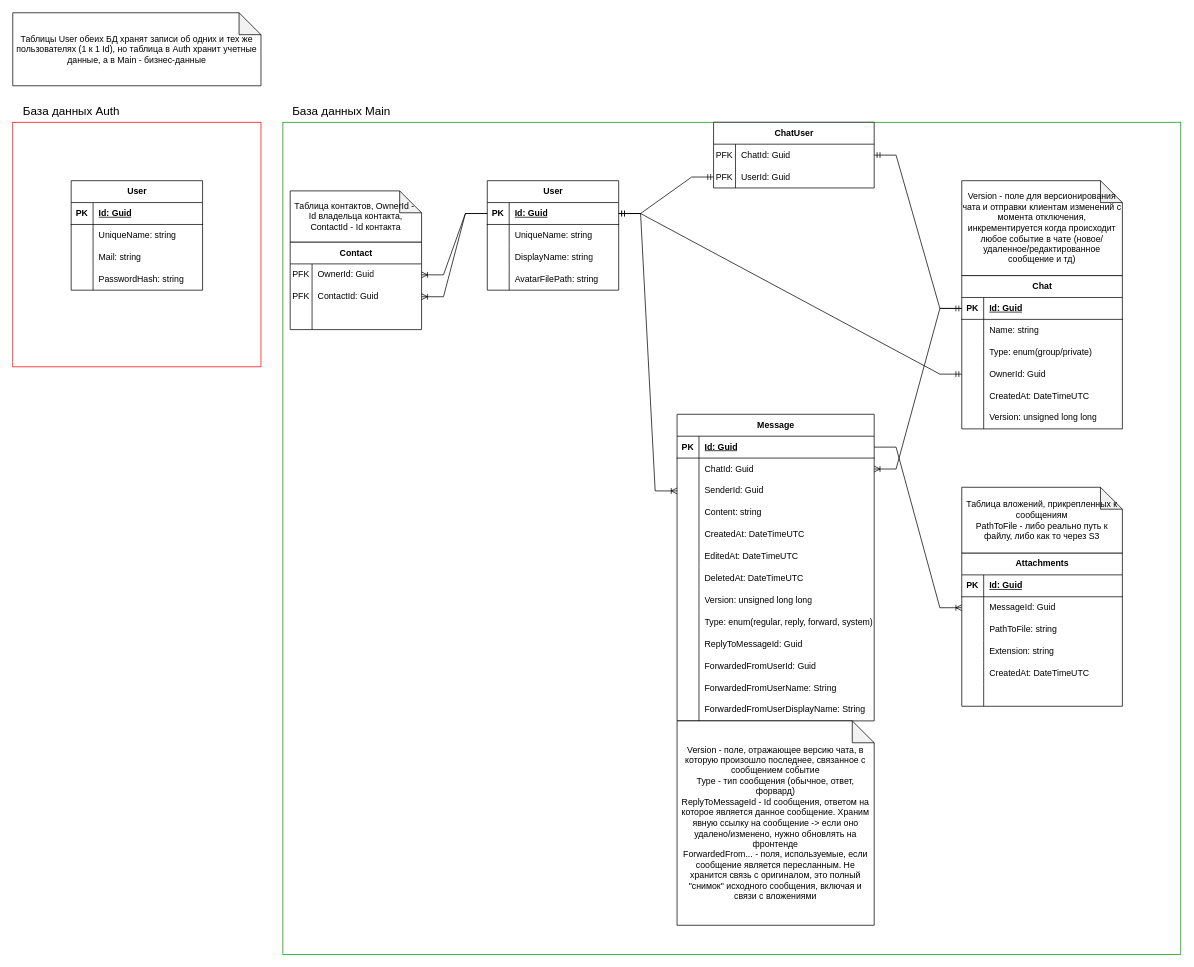
Above: docs/backend/DB.drawio in iuschnic/simple-messenger (draw.io), before the change. Source tidied: cells renumbered, new cells numbered last; positions are measured from the earlier drawing's top-left corner, leaving out a move shared by most shapes. Both pictures are drawn from the tidied source at 73%, with x=0, y=0 at pixel (12, 12).
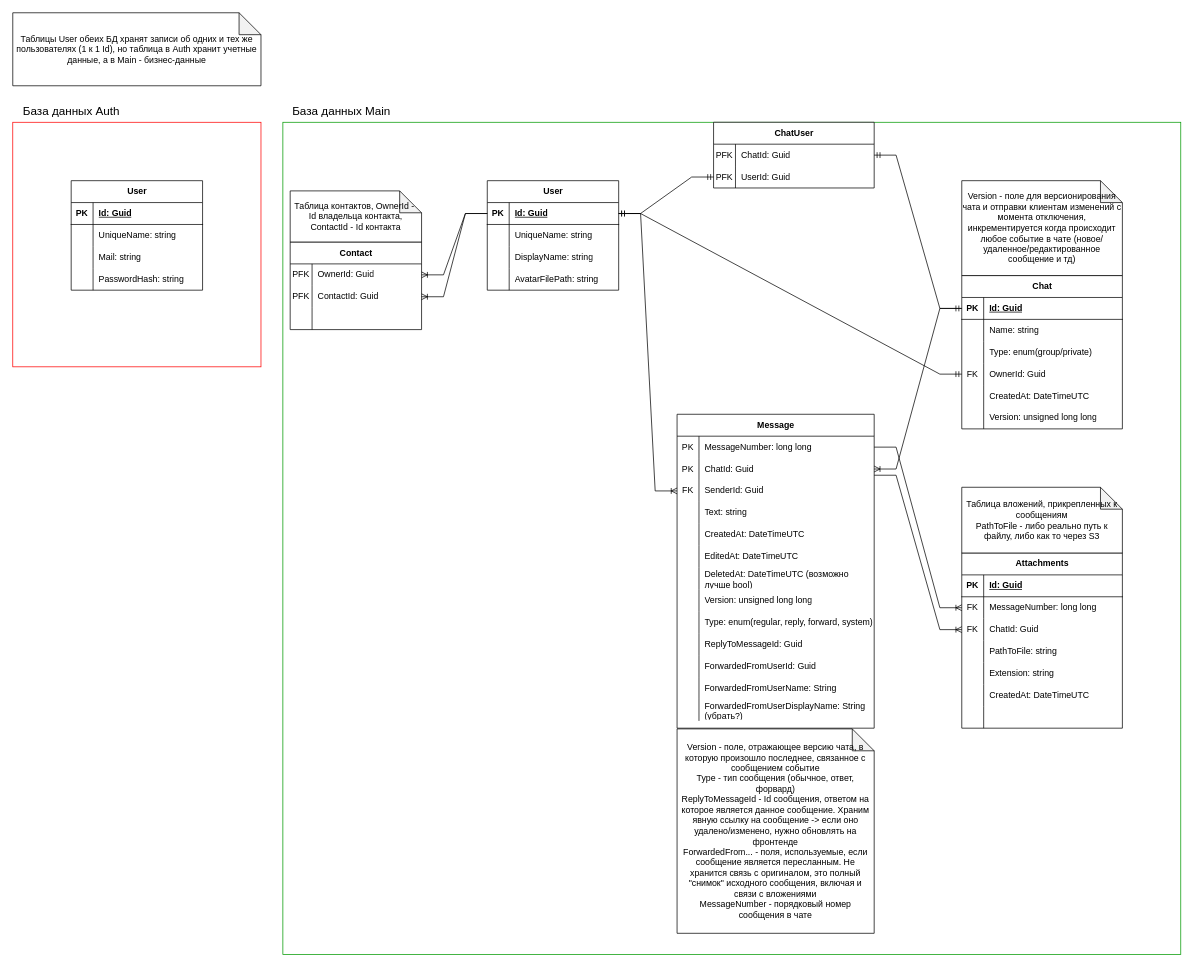
The same page after the edit.

Commit message (it also covers changes not shown here):
#1 изменил первичный ключ сообщения, теперь это ChatId + MessageNum

Unchanged cells that the change refers to:
```xml
<mxCell id="47" style="shape=tableRow;horizontal=0;startSize=0;swimlaneHead=0;swimlaneBody=0;fillColor=none;points=[[0,0.5],[1,0.5]];portConstraint=eastwest;top=0;left=0;right=0;bottom=1;" parent="46" vertex="1">
  <mxGeometry y="30" width="220" height="30" as="geometry" />
</mxCell>
<mxCell id="56" style="shape=tableRow;horizontal=0;startSize=0;swimlaneHead=0;swimlaneBody=0;fillColor=none;points=[[0,0.5],[1,0.5]];portConstraint=eastwest;top=0;left=0;right=0;bottom=0;" parent="46" vertex="1">
  <mxGeometry y="120" width="220" height="30" as="geometry" />
</mxCell>
<mxCell id="82" style="shape=tableRow;horizontal=0;startSize=0;swimlaneHead=0;swimlaneBody=0;fillColor=none;points=[[0,0.5],[1,0.5]];portConstraint=eastwest;top=0;left=0;right=0;bottom=0;" parent="75" vertex="1">
  <mxGeometry y="90" width="270" height="30" as="geometry" />
</mxCell>
<mxCell id="85" style="shape=tableRow;horizontal=0;startSize=0;swimlaneHead=0;swimlaneBody=0;fillColor=none;top=0;left=0;right=0;bottom=0;" parent="75" vertex="1">
  <mxGeometry y="120" width="270" height="30" as="geometry" />
</mxCell>
<mxCell id="94" style="shape=tableRow;horizontal=0;startSize=0;swimlaneHead=0;swimlaneBody=0;fillColor=none;top=0;left=0;right=0;bottom=0;" parent="75" vertex="1">
  <mxGeometry y="210" width="270" height="30" as="geometry" />
</mxCell>
<mxCell id="112" style="shape=tableRow;horizontal=0;startSize=0;swimlaneHead=0;swimlaneBody=0;fillColor=none;top=0;left=0;right=0;bottom=0;" parent="75" vertex="1">
  <mxGeometry y="390" width="270" height="30" as="geometry" />
</mxCell>
<mxCell id="123" style="shape=tableRow;horizontal=0;startSize=0;swimlaneHead=0;swimlaneBody=0;fillColor=none;points=[[0,0.5],[1,0.5]];portConstraint=eastwest;top=0;left=0;right=0;bottom=0;" parent="119" vertex="1">
  <mxGeometry y="60" width="220" height="30" as="geometry" />
</mxCell>
```

Change to the diagram source:
```diff
@@
-    <mxCell id="57" style="shape=partialRectangle;fillColor=none;top=0;left=0;bottom=0;right=0;overflow=hidden;whiteSpace=wrap;html=1;" parent="56" vertex="1">
+    <mxCell id="57" value="FK" style="shape=partialRectangle;fillColor=none;top=0;left=0;bottom=0;right=0;overflow=hidden;whiteSpace=wrap;html=1;" parent="56" vertex="1">
       <mxGeometry width="30" height="30" as="geometry" />
     </mxCell>
@@
     <mxCell id="75" value="Message" style="shape=table;startSize=30;childLayout=tableLayout;rowLines=0;fontStyle=1;align=center;html=1;" parent="1" vertex="1">
-      <mxGeometry x="910" y="550" width="270" height="420" as="geometry" />
+      <mxGeometry x="910" y="550" width="270" height="430" as="geometry" />
     </mxCell>
-    <mxCell id="76" style="shape=tableRow;horizontal=0;startSize=0;swimlaneHead=0;swimlaneBody=0;fillColor=none;points=[[0,0.5],[1,0.5]];portConstraint=eastwest;top=0;left=0;right=0;bottom=1;" parent="75" vertex="1">
-      <mxGeometry y="30" width="270" height="30" as="geometry" />
-    </mxCell>
-    <mxCell id="77" value="PK" style="shape=partialRectangle;fillColor=none;top=0;left=0;bottom=0;right=0;fontStyle=1;overflow=hidden;whiteSpace=wrap;html=1;" parent="76" vertex="1">
-      <mxGeometry width="30" height="30" as="geometry" />
-    </mxCell>
-    <mxCell id="78" value="Id: Guid" style="shape=partialRectangle;fillColor=none;top=0;left=0;bottom=0;right=0;align=left;spacingLeft=6;fontStyle=5;overflow=hidden;whiteSpace=wrap;html=1;" parent="76" vertex="1">
-      <mxGeometry x="30" width="240" height="30" as="geometry" />
-    </mxCell>
     <mxCell id="79" style="shape=tableRow;horizontal=0;startSize=0;swimlaneHead=0;swimlaneBody=0;fillColor=none;points=[[0,0.5],[1,0.5]];portConstraint=eastwest;top=0;left=0;right=0;bottom=0;" parent="75" vertex="1">
-      <mxGeometry y="60" width="270" height="30" as="geometry" />
+      <mxGeometry y="30" width="270" height="30" as="geometry" />
     </mxCell>
-    <mxCell id="80" style="shape=partialRectangle;fillColor=none;top=0;left=0;bottom=0;right=0;overflow=hidden;whiteSpace=wrap;html=1;" parent="79" vertex="1">
+    <mxCell id="80" value="PK" style="shape=partialRectangle;fillColor=none;top=0;left=0;bottom=0;right=0;overflow=hidden;whiteSpace=wrap;html=1;" parent="79" vertex="1">
       <mxGeometry width="30" height="30" as="geometry" />
     </mxCell>
-    <mxCell id="81" value="ChatId: Guid" style="shape=partialRectangle;fillColor=none;top=0;left=0;bottom=0;right=0;align=left;spacingLeft=6;overflow=hidden;whiteSpace=wrap;html=1;" parent="79" vertex="1">
+    <mxCell id="81" value="MessageNumber: long long" style="shape=partialRectangle;fillColor=none;top=0;left=0;bottom=0;right=0;align=left;spacingLeft=6;overflow=hidden;whiteSpace=wrap;html=1;" parent="79" vertex="1">
       <mxGeometry x="30" width="240" height="30" as="geometry" />
     </mxCell>
+    <mxCell id="140" style="shape=tableRow;horizontal=0;startSize=0;swimlaneHead=0;swimlaneBody=0;fillColor=none;points=[[0,0.5],[1,0.5]];portConstraint=eastwest;top=0;left=0;right=0;bottom=0;" parent="75" vertex="1">
+      <mxGeometry y="60" width="270" height="30" as="geometry" />
+    </mxCell>
+    <mxCell id="77" value="PK" style="shape=partialRectangle;fillColor=none;top=0;left=0;bottom=0;right=0;overflow=hidden;whiteSpace=wrap;html=1;" parent="140" vertex="1">
+      <mxGeometry width="30" height="30" as="geometry" />
+    </mxCell>
+    <mxCell id="141" value="ChatId: Guid" style="shape=partialRectangle;fillColor=none;top=0;left=0;bottom=0;right=0;align=left;spacingLeft=6;overflow=hidden;whiteSpace=wrap;html=1;" parent="140" vertex="1">
+      <mxGeometry x="30" width="240" height="30" as="geometry" />
+    </mxCell>
@@
-    <mxCell id="83" style="shape=partialRectangle;fillColor=none;top=0;left=0;bottom=0;right=0;overflow=hidden;whiteSpace=wrap;html=1;" parent="82" vertex="1">
+    <mxCell id="83" value="FK" style="shape=partialRectangle;fillColor=none;top=0;left=0;bottom=0;right=0;overflow=hidden;whiteSpace=wrap;html=1;" parent="82" vertex="1">
       <mxGeometry width="30" height="30" as="geometry" />
     </mxCell>
@@
-    <mxCell id="87" value="Content: string" style="shape=partialRectangle;fillColor=none;top=0;left=0;bottom=0;right=0;align=left;spacingLeft=6;overflow=hidden;whiteSpace=wrap;html=1;" parent="85" vertex="1">
+    <mxCell id="87" value="Text: string" style="shape=partialRectangle;fillColor=none;top=0;left=0;bottom=0;right=0;align=left;spacingLeft=6;overflow=hidden;whiteSpace=wrap;html=1;" parent="85" vertex="1">
       <mxGeometry x="30" width="240" height="30" as="geometry" />
     </mxCell>
@@
-    <mxCell id="96" value="DeletedAt: DateTimeUTC" style="shape=partialRectangle;fillColor=none;top=0;left=0;bottom=0;right=0;align=left;spacingLeft=6;overflow=hidden;whiteSpace=wrap;html=1;" parent="94" vertex="1">
+    <mxCell id="96" value="DeletedAt: DateTimeUTC (возможно лучше bool)" style="shape=partialRectangle;fillColor=none;top=0;left=0;bottom=0;right=0;align=left;spacingLeft=6;overflow=hidden;whiteSpace=wrap;html=1;" parent="94" vertex="1">
       <mxGeometry x="30" width="240" height="30" as="geometry" />
     </mxCell>
@@
-    <mxCell id="114" value="ForwardedFromUserDisplayName: String" style="shape=partialRectangle;fillColor=none;top=0;left=0;bottom=0;right=0;align=left;spacingLeft=6;overflow=hidden;whiteSpace=wrap;html=1;" parent="112" vertex="1">
+    <mxCell id="114" value="ForwardedFromUserDisplayName: String (убрать?)" style="shape=partialRectangle;fillColor=none;top=0;left=0;bottom=0;right=0;align=left;spacingLeft=6;overflow=hidden;whiteSpace=wrap;html=1;" parent="112" vertex="1">
       <mxGeometry x="30" width="240" height="30" as="geometry" />
     </mxCell>
@@
-    <mxCell id="116" value="Version - поле, отражающее версию чата, в которую произошло последнее, связанное с сообщением событие&lt;div&gt;Type - тип сообщения (обычное, ответ, форвард)&lt;br&gt;&lt;div&gt;ReplyToMessageId - Id сообщения, ответом на которое является данное сообщение. Храним явную ссылку на сообщение -&amp;gt; если оно удалено/изменено, нужно обновлять на фронтенде&lt;/div&gt;&lt;/div&gt;&lt;div&gt;ForwardedFrom... - поля, используемые, если сообщение является пересланным. Не хранится связь с оригиналом, это полный &quot;снимок&quot; исходного сообщения, включая и связи с вложениями&lt;/div&gt;" style="shape=note;whiteSpace=wrap;html=1;backgroundOutline=1;darkOpacity=0.05;" parent="1" vertex="1">
-      <mxGeometry x="910" y="970" width="270" height="280" as="geometry" />
+    <mxCell id="116" value="Version - поле, отражающее версию чата, в которую произошло последнее, связанное с сообщением событие&lt;div&gt;Type - тип сообщения (обычное, ответ, форвард)&lt;br&gt;&lt;div&gt;ReplyToMessageId - Id сообщения, ответом на которое является данное сообщение. Храним явную ссылку на сообщение -&amp;gt; если оно удалено/изменено, нужно обновлять на фронтенде&lt;/div&gt;&lt;/div&gt;&lt;div&gt;ForwardedFrom... - поля, используемые, если сообщение является пересланным. Не хранится связь с оригиналом, это полный &quot;снимок&quot; исходного сообщения, включая и связи с вложениями&lt;/div&gt;&lt;div&gt;MessageNumber - порядковый номер сообщения в чате&lt;/div&gt;" style="shape=note;whiteSpace=wrap;html=1;backgroundOutline=1;darkOpacity=0.05;" parent="1" vertex="1">
+      <mxGeometry x="910" y="981" width="270" height="280" as="geometry" />
     </mxCell>
-    <mxCell id="117" style="edgeStyle=entityRelationEdgeStyle;fontSize=12;html=1;endArrow=ERoneToMany;rounded=0;entryX=1;entryY=0.5;entryDx=0;entryDy=0;" parent="1" edge="1" source="47" target="79">
+    <mxCell id="117" style="edgeStyle=entityRelationEdgeStyle;fontSize=12;html=1;endArrow=ERoneToMany;rounded=0;entryX=1;entryY=0.5;entryDx=0;entryDy=0;" parent="1" edge="1" source="47" target="140">
       <mxGeometry relative="1" as="geometry" />
     </mxCell>
@@
     <mxCell id="119" value="Attachments" style="shape=table;startSize=30;childLayout=tableLayout;rowLines=0;fontStyle=1;align=center;html=1;" parent="1" vertex="1">
-      <mxGeometry x="1300" y="740" width="220" height="210" as="geometry" />
+      <mxGeometry x="1300" y="740" width="220" height="240" as="geometry" />
     </mxCell>
@@
-    <mxCell id="124" style="shape=partialRectangle;fillColor=none;top=0;left=0;bottom=0;right=0;overflow=hidden;whiteSpace=wrap;html=1;" parent="123" vertex="1">
+    <mxCell id="124" value="FK" style="shape=partialRectangle;fillColor=none;top=0;left=0;bottom=0;right=0;overflow=hidden;whiteSpace=wrap;html=1;" parent="123" vertex="1">
       <mxGeometry width="30" height="30" as="geometry" />
     </mxCell>
-    <mxCell id="125" value="MessageId: Guid" style="shape=partialRectangle;fillColor=none;top=0;left=0;bottom=0;right=0;align=left;spacingLeft=6;overflow=hidden;whiteSpace=wrap;html=1;" parent="123" vertex="1">
+    <mxCell id="125" value="MessageNumber: long long" style="shape=partialRectangle;fillColor=none;top=0;left=0;bottom=0;right=0;align=left;spacingLeft=6;overflow=hidden;whiteSpace=wrap;html=1;" parent="123" vertex="1">
       <mxGeometry x="30" width="190" height="30" as="geometry" />
     </mxCell>
+    <mxCell id="142" style="shape=tableRow;horizontal=0;startSize=0;swimlaneHead=0;swimlaneBody=0;fillColor=none;points=[[0,0.5],[1,0.5]];portConstraint=eastwest;top=0;left=0;right=0;bottom=0;" parent="119" vertex="1">
+      <mxGeometry y="90" width="220" height="30" as="geometry" />
+    </mxCell>
+    <mxCell id="143" value="FK" style="shape=partialRectangle;fillColor=none;top=0;left=0;bottom=0;right=0;overflow=hidden;whiteSpace=wrap;html=1;" parent="142" vertex="1">
+      <mxGeometry width="30" height="30" as="geometry" />
+    </mxCell>
+    <mxCell id="144" value="ChatId: Guid" style="shape=partialRectangle;fillColor=none;top=0;left=0;bottom=0;right=0;align=left;spacingLeft=6;overflow=hidden;whiteSpace=wrap;html=1;" parent="142" vertex="1">
+      <mxGeometry x="30" width="190" height="30" as="geometry" />
+    </mxCell>
     <mxCell id="126" style="shape=tableRow;horizontal=0;startSize=0;swimlaneHead=0;swimlaneBody=0;fillColor=none;top=0;left=0;right=0;bottom=0;" parent="119" vertex="1">
-      <mxGeometry y="90" width="220" height="30" as="geometry" />
+      <mxGeometry y="120" width="220" height="30" as="geometry" />
     </mxCell>
@@
     <mxCell id="129" style="shape=tableRow;horizontal=0;startSize=0;swimlaneHead=0;swimlaneBody=0;fillColor=none;top=0;left=0;right=0;bottom=0;" parent="119" vertex="1">
-      <mxGeometry y="120" width="220" height="30" as="geometry" />
+      <mxGeometry y="150" width="220" height="30" as="geometry" />
     </mxCell>
@@
     <mxCell id="132" style="shape=tableRow;horizontal=0;startSize=0;swimlaneHead=0;swimlaneBody=0;fillColor=none;top=0;left=0;right=0;bottom=0;" parent="119" vertex="1">
-      <mxGeometry y="150" width="220" height="30" as="geometry" />
+      <mxGeometry y="180" width="220" height="30" as="geometry" />
     </mxCell>
@@
     <mxCell id="135" style="shape=tableRow;horizontal=0;startSize=0;swimlaneHead=0;swimlaneBody=0;fillColor=none;top=0;left=0;right=0;bottom=0;" parent="119" vertex="1">
-      <mxGeometry y="180" width="220" height="30" as="geometry" />
+      <mxGeometry y="210" width="220" height="30" as="geometry" />
     </mxCell>
@@
-    <mxCell id="139" style="edgeStyle=entityRelationEdgeStyle;fontSize=12;html=1;endArrow=ERoneToMany;rounded=0;entryX=0;entryY=0.5;entryDx=0;entryDy=0;exitX=1;exitY=0.5;exitDx=0;exitDy=0;" parent="1" edge="1" source="76" target="123">
+    <mxCell id="139" style="edgeStyle=entityRelationEdgeStyle;fontSize=12;html=1;endArrow=ERoneToMany;rounded=0;entryX=0;entryY=0.5;entryDx=0;entryDy=0;exitX=1;exitY=0.5;exitDx=0;exitDy=0;" parent="1" edge="1" source="79" target="123">
       <mxGeometry relative="1" as="geometry" />
     </mxCell>
+    <mxCell id="145" style="edgeStyle=entityRelationEdgeStyle;fontSize=12;html=1;endArrow=ERoneToMany;rounded=0;exitX=1;exitY=0.783;exitDx=0;exitDy=0;exitPerimeter=0;" parent="1" edge="1" source="140" target="142">
+      <mxGeometry relative="1" as="geometry" />
+    </mxCell>
```
